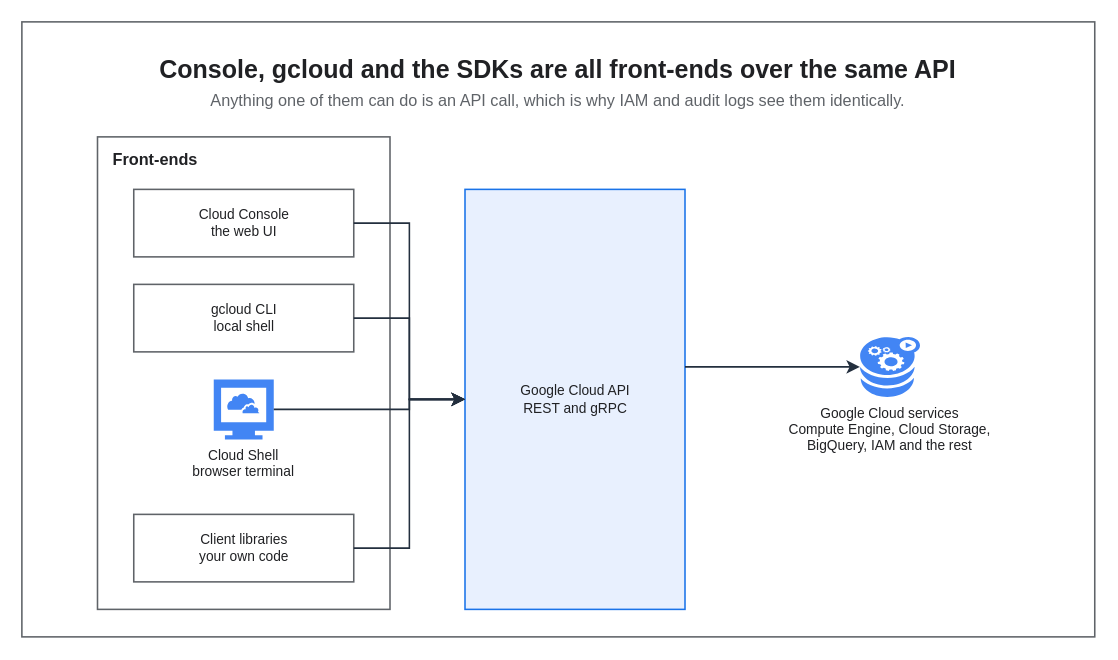
The draw.io diagram assets/img/gcp/gcp-access-stack.drawio in KKamJi98/kkamji98.github.io, before the edit. Source tidied: cells renumbered, new cells numbered last; positions are measured from the earlier drawing's top-left corner, leaving out a move shared by most shapes. Both pictures are drawn from the tidied source at 125%, with x=0, y=0 at pixel (21, 21).
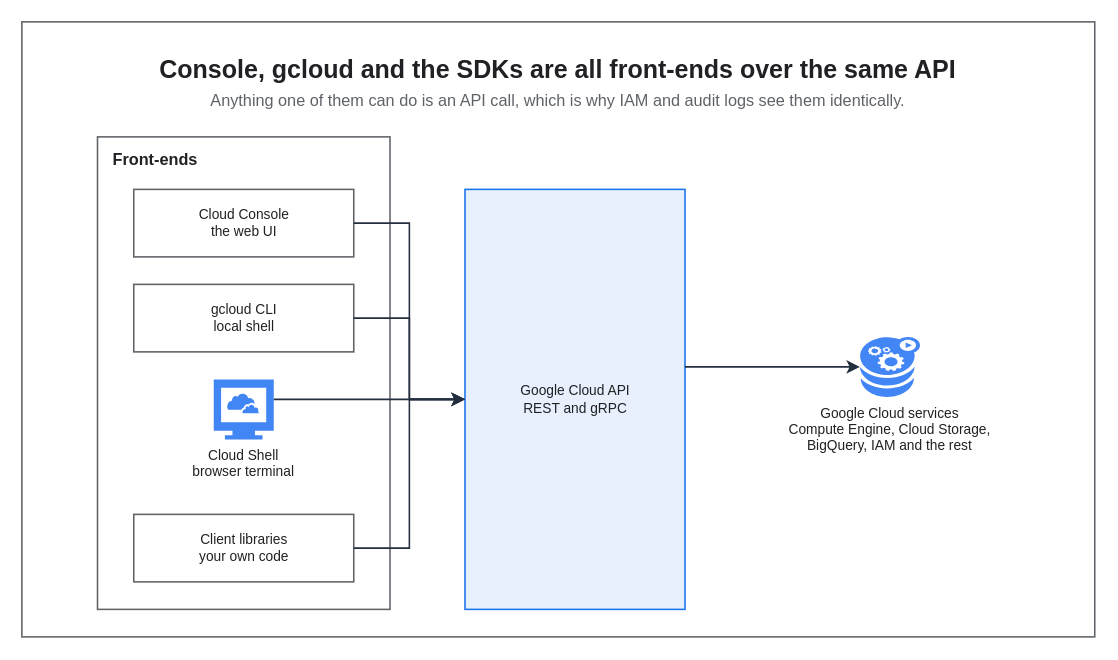
The same page after the edit.

Unchanged cells that the change refers to:
```xml
<mxCell id="8" value="Cloud Shell&#10;browser terminal" style="sketch=0;outlineConnect=0;gradientColor=none;html=0;whiteSpace=nowrap;fontSize=11;fontStyle=0;fontColor=#202124;verticalLabelPosition=bottom;verticalAlign=top;align=center;labelBackgroundColor=none;fillColor=#4285F4;strokeColor=none;dashed=0;shape=mxgraph.gcp2.cloud_computer;" parent="1" vertex="1">
  <mxGeometry x="153.5" y="286" width="48" height="48" as="geometry" />
</mxCell>
<mxCell id="10" value="Google Cloud API&#10;REST and gRPC" style="rounded=0;whiteSpace=wrap;html=0;fillColor=#E8F0FE;strokeColor=#1A73E8;fontColor=#202124;fontSize=11;fontStyle=0;align=center;verticalAlign=middle;spacingLeft=6;spacingRight=6;strokeWidth=1.25;" parent="1" vertex="1">
  <mxGeometry x="354.5" y="134" width="176" height="336" as="geometry" />
</mxCell>
```

Diff of the diagram source:
```diff
@@
-    <mxCell id="14" style="edgeStyle=orthogonalEdgeStyle;rounded=0;html=0;strokeColor=#232F3E;strokeWidth=1.25;endArrow=classic;endFill=1;endSize=7;fontSize=11;fontColor=#202124;labelBackgroundColor=none;jettySize=14;exitX=1;exitY=0.5;entryX=0;entryY=0.5;exitDx=0;exitDy=0;entryDx=0;entryDy=0;" parent="1" edge="1" source="8" target="10">
-      <mxGeometry relative="1" as="geometry">
-        <Array as="points">
-          <mxPoint x="310" y="310" />
-          <mxPoint x="310" y="302" />
-        </Array>
-      </mxGeometry>
+    <mxCell id="14" style="edgeStyle=orthogonalEdgeStyle;rounded=0;html=0;strokeColor=#232F3E;strokeWidth=1.25;endArrow=classic;endFill=1;endSize=7;fontSize=11;fontColor=#202124;labelBackgroundColor=none;jettySize=14;exitX=1;exitY=0.3333;entryX=0;entryY=0.5;exitDx=0;exitDy=0;entryDx=0;entryDy=0;" parent="1" edge="1" source="8" target="10">
+      <mxGeometry relative="1" as="geometry" />
     </mxCell>
```
